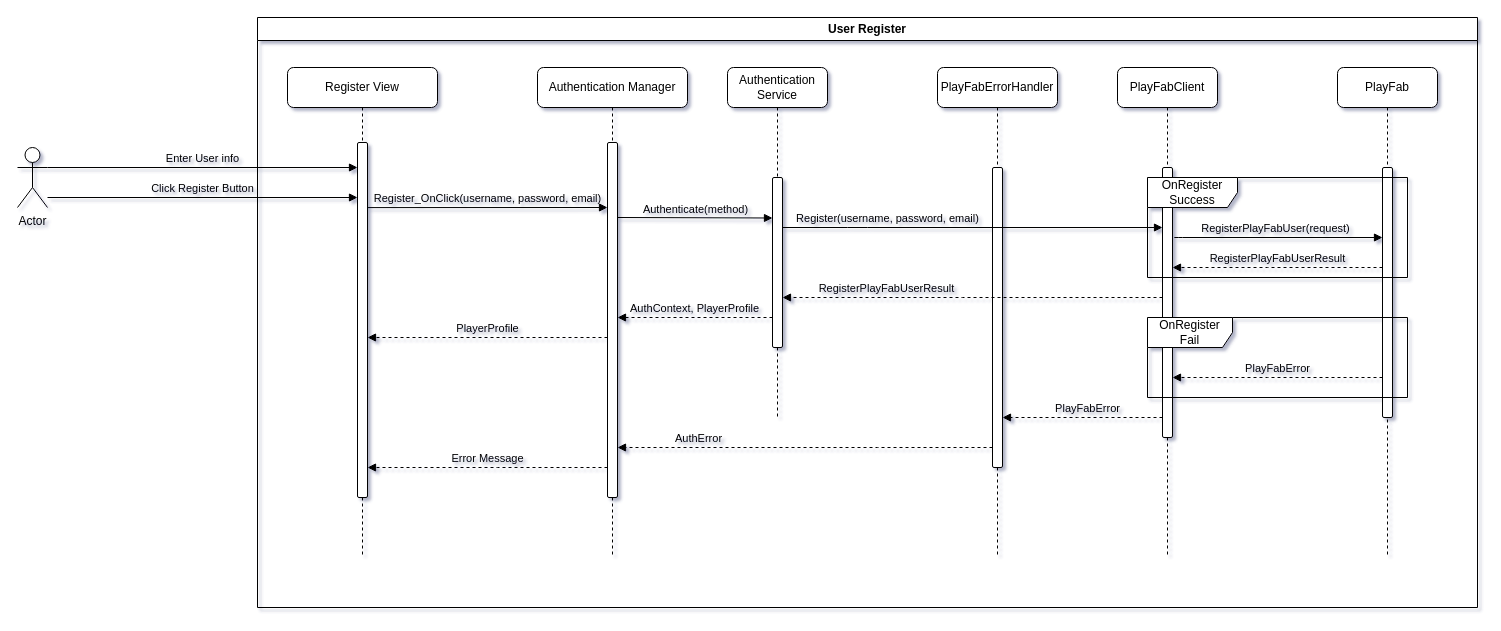
The draw.io diagram page "Register" (1 of 3) of cosmic-shore-backend-services.drawio in froglet-studio/cosmic-shore-backend-diagrams, before the edit. Source tidied: cells renumbered, new cells numbered last; positions are measured from the earlier drawing's top-left corner, leaving out a move shared by most shapes. Both pictures are drawn from the tidied source at 100%, with x=0, y=0 at pixel (17, 17).
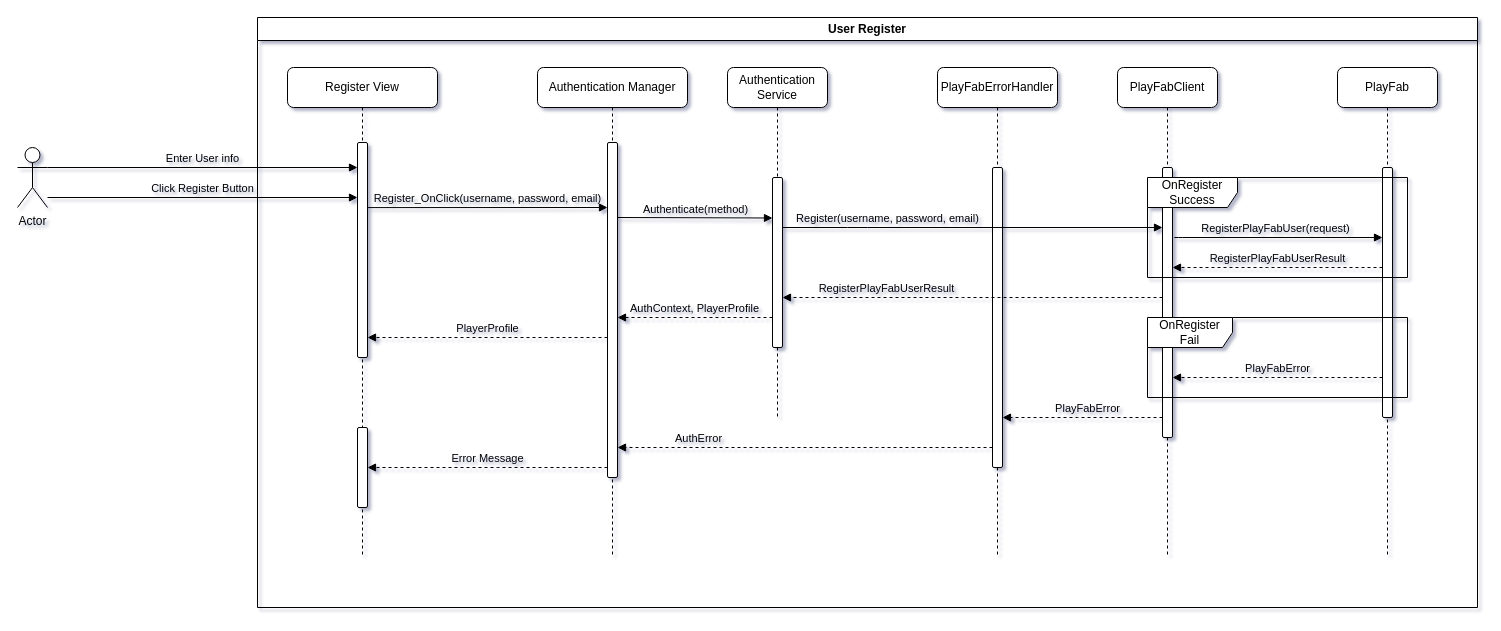
The same page after the edit.

Unchanged cells that the change refers to:
```xml
<mxCell id="2" value="Register View" style="shape=umlLifeline;perimeter=lifelinePerimeter;whiteSpace=wrap;html=1;newEdgeStyle={&quot;edgeStyle&quot;:&quot;elbowEdgeStyle&quot;,&quot;elbow&quot;:&quot;vertical&quot;,&quot;curved&quot;:0,&quot;rounded&quot;:0};labelBackgroundColor=none;rounded=1;glass=0;" parent="1" vertex="1">
  <mxGeometry x="270" y="50" width="150" height="490" as="geometry" />
</mxCell>
<mxCell id="4" value="User Register" style="swimlane;whiteSpace=wrap;html=1;" parent="1" vertex="1">
  <mxGeometry x="240" width="1220" height="590" as="geometry" />
</mxCell>
<mxCell id="10" value="Authentication Manager" style="shape=umlLifeline;perimeter=lifelinePerimeter;whiteSpace=wrap;html=1;newEdgeStyle={&quot;edgeStyle&quot;:&quot;elbowEdgeStyle&quot;,&quot;elbow&quot;:&quot;vertical&quot;,&quot;curved&quot;:0,&quot;rounded&quot;:0};labelBackgroundColor=none;rounded=1;glass=0;" parent="4" vertex="1">
  <mxGeometry x="280" y="50" width="150" height="490" as="geometry" />
</mxCell>
```

What changed in the source:
```diff
@@
     <mxCell id="3" style="html=1;perimeter=orthogonalPerimeter;targetShapes=umlLifeline;newEdgeStyle={&quot;edgeStyle&quot;:&quot;elbowEdgeStyle&quot;,&quot;elbow&quot;:&quot;vertical&quot;,&quot;curved&quot;:0,&quot;rounded&quot;:0};labelBackgroundColor=none;rounded=1;" parent="2" vertex="1">
-      <mxGeometry x="70" y="75" width="10" height="355" as="geometry" />
+      <mxGeometry x="70" y="75" width="10" height="215" as="geometry" />
     </mxCell>
@@
     <mxCell id="11" style="html=1;points=[];perimeter=orthogonalPerimeter;outlineConnect=0;targetShapes=umlLifeline;portConstraint=eastwest;newEdgeStyle={&quot;edgeStyle&quot;:&quot;elbowEdgeStyle&quot;,&quot;elbow&quot;:&quot;vertical&quot;,&quot;curved&quot;:0,&quot;rounded&quot;:0};labelBackgroundColor=none;rounded=1;" parent="10" vertex="1">
-      <mxGeometry x="70" y="75" width="10" height="355" as="geometry" />
+      <mxGeometry x="70" y="75" width="10" height="335" as="geometry" />
     </mxCell>
@@
+    <mxCell id="32" style="html=1;perimeter=orthogonalPerimeter;targetShapes=umlLifeline;newEdgeStyle={&quot;edgeStyle&quot;:&quot;elbowEdgeStyle&quot;,&quot;elbow&quot;:&quot;vertical&quot;,&quot;curved&quot;:0,&quot;rounded&quot;:0};labelBackgroundColor=none;rounded=1;" parent="4" vertex="1">
+      <mxGeometry x="100" y="410" width="10" height="80" as="geometry" />
+    </mxCell>
```
